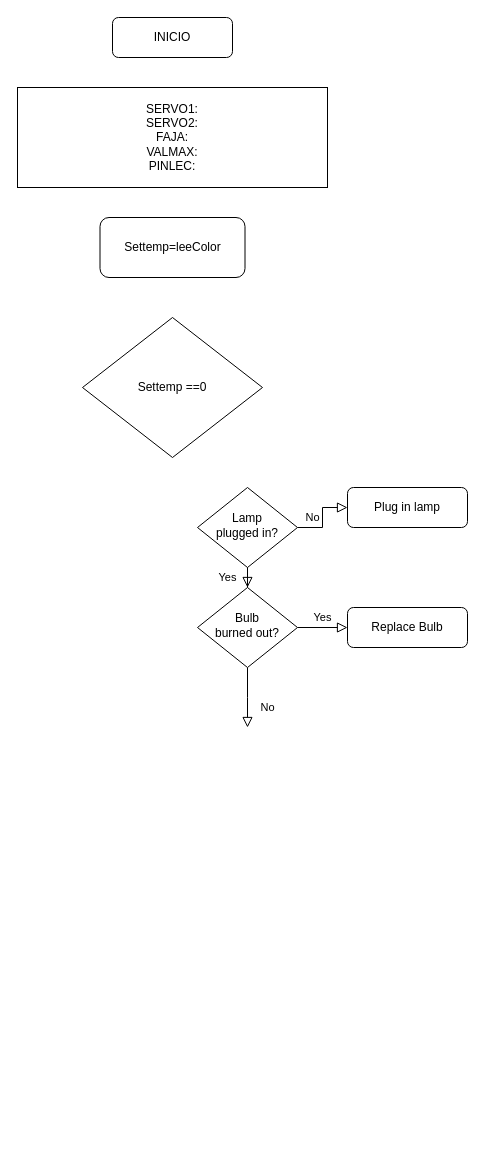
This is Diagrama_d_flujo.drawio from Haroldajnp21/Faja_embebidos_UPAO, a draw.io file, before an edit. Source tidied: cells renumbered, new cells numbered last; positions are measured from the earlier drawing's top-left corner, leaving out a move shared by most shapes. Both pictures are drawn from the tidied source at 100%, with x=0, y=0 at pixel (17, 17).
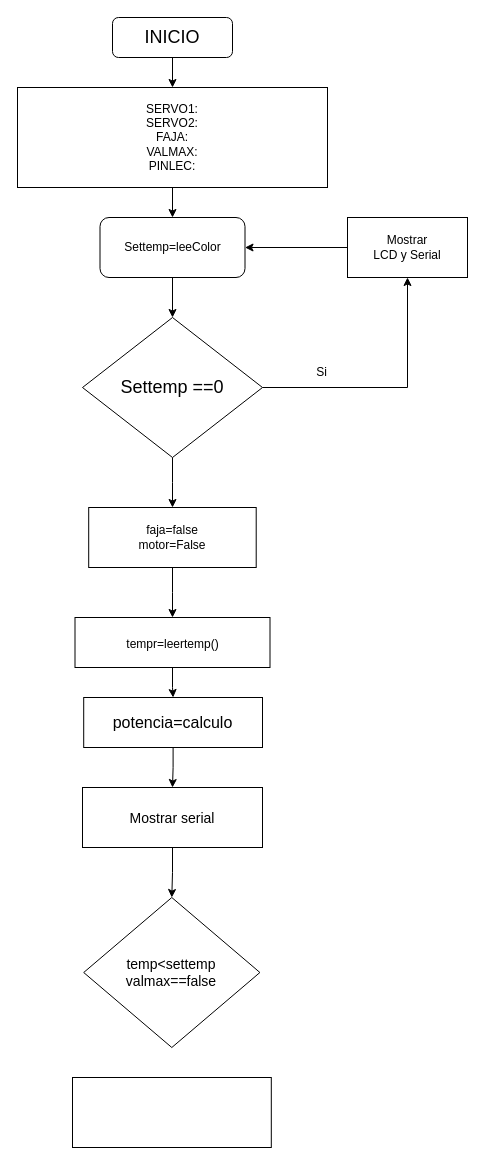
The same diagram, later.

Unchanged cells that the change refers to:
```xml
<mxCell id="11" value="&lt;div&gt;SERVO1:&lt;/div&gt;&lt;div&gt;SERVO2:&lt;br&gt;&lt;/div&gt;&lt;div&gt;FAJA:&lt;/div&gt;&lt;div&gt;VALMAX:&lt;/div&gt;&lt;div&gt;PINLEC:&lt;br&gt;&lt;/div&gt;" style="rounded=0;whiteSpace=wrap;html=1;" parent="1" vertex="1">
  <mxGeometry y="70" width="310" height="100" as="geometry" />
</mxCell>
<mxCell id="12" value="Settemp=leeColor" style="rounded=1;whiteSpace=wrap;html=1;" parent="1" vertex="1">
  <mxGeometry x="82.5" y="200" width="145" height="60" as="geometry" />
</mxCell>
```

What changed in the source:
```diff
@@
+    <mxCell id="14" style="edgeStyle=orthogonalEdgeStyle;rounded=0;jettySize=auto;html=1;" parent="1" edge="1" source="2" target="11">
+      <mxGeometry relative="1" as="geometry" />
+    </mxCell>
-    <mxCell id="2" value="INICIO " style="rounded=1;whiteSpace=wrap;html=1;fontSize=12;glass=0;strokeWidth=1;shadow=0;" parent="1" vertex="1">
+    <mxCell id="2" value="&lt;font style=&quot;font-size: 18px;&quot;&gt;INICIO &lt;/font&gt;" style="rounded=1;whiteSpace=wrap;html=1;fontSize=12;glass=0;strokeWidth=1;shadow=0;" parent="1" vertex="1">
       <mxGeometry x="95" width="120" height="40" as="geometry" />
     </mxCell>
-    <mxCell id="3" value="Yes" style="rounded=0;html=1;jettySize=auto;fontSize=11;endArrow=block;endFill=0;endSize=8;strokeWidth=1;shadow=0;labelBackgroundColor=none;edgeStyle=orthogonalEdgeStyle;" parent="1" edge="1" source="5" target="9">
-      <mxGeometry y="20" relative="1" as="geometry" />
-    </mxCell>
-    <mxCell id="4" value="No" style="edgeStyle=orthogonalEdgeStyle;rounded=0;html=1;jettySize=auto;fontSize=11;endArrow=block;endFill=0;endSize=8;strokeWidth=1;shadow=0;labelBackgroundColor=none;" parent="1" edge="1" source="5" target="6">
-      <mxGeometry y="10" relative="1" as="geometry" />
-    </mxCell>
-    <mxCell id="5" value="Lamp&lt;br&gt;plugged in?" style="rhombus;whiteSpace=wrap;html=1;shadow=0;fontFamily=Helvetica;fontSize=12;align=center;strokeWidth=1;spacing=6;spacingTop=-4;" parent="1" vertex="1">
-      <mxGeometry x="180" y="470" width="100" height="80" as="geometry" />
-    </mxCell>
-    <mxCell id="6" value="Plug in lamp" style="rounded=1;whiteSpace=wrap;html=1;fontSize=12;glass=0;strokeWidth=1;shadow=0;" parent="1" vertex="1">
-      <mxGeometry x="330" y="470" width="120" height="40" as="geometry" />
-    </mxCell>
-    <mxCell id="7" value="No" style="rounded=0;html=1;jettySize=auto;fontSize=11;endArrow=block;endFill=0;endSize=8;strokeWidth=1;shadow=0;labelBackgroundColor=none;edgeStyle=orthogonalEdgeStyle;" parent="1" edge="1" source="9">
-      <mxGeometry x="0.33" y="20" relative="1" as="geometry">
-        <mxPoint x="230" y="710" as="targetPoint" />
-      </mxGeometry>
-    </mxCell>
-    <mxCell id="8" value="Yes" style="edgeStyle=orthogonalEdgeStyle;rounded=0;html=1;jettySize=auto;fontSize=11;endArrow=block;endFill=0;endSize=8;strokeWidth=1;shadow=0;labelBackgroundColor=none;" parent="1" edge="1" source="9" target="10">
-      <mxGeometry y="10" relative="1" as="geometry" />
-    </mxCell>
-    <mxCell id="9" value="Bulb&lt;br&gt;burned out?" style="rhombus;whiteSpace=wrap;html=1;shadow=0;fontFamily=Helvetica;fontSize=12;align=center;strokeWidth=1;spacing=6;spacingTop=-4;" parent="1" vertex="1">
-      <mxGeometry x="180" y="570" width="100" height="80" as="geometry" />
-    </mxCell>
-    <mxCell id="10" value="Replace Bulb" style="rounded=1;whiteSpace=wrap;html=1;fontSize=12;glass=0;strokeWidth=1;shadow=0;" parent="1" vertex="1">
-      <mxGeometry x="330" y="590" width="120" height="40" as="geometry" />
-    </mxCell>
+    <mxCell id="15" style="edgeStyle=orthogonalEdgeStyle;rounded=0;jettySize=auto;html=1;" parent="1" edge="1" source="11" target="12">
+      <mxGeometry relative="1" as="geometry" />
+    </mxCell>
@@
+    <mxCell id="16" style="edgeStyle=orthogonalEdgeStyle;rounded=0;jettySize=auto;html=1;" parent="1" edge="1" source="12" target="13">
+      <mxGeometry relative="1" as="geometry" />
+    </mxCell>
@@
+    <mxCell id="17" style="edgeStyle=orthogonalEdgeStyle;rounded=0;jettySize=auto;html=1;" parent="1" edge="1" source="13" target="20">
+      <mxGeometry relative="1" as="geometry" />
+    </mxCell>
+    <mxCell id="18" style="edgeStyle=orthogonalEdgeStyle;rounded=0;jettySize=auto;html=1;" parent="1" edge="1" source="13" target="23">
+      <mxGeometry relative="1" as="geometry" />
+    </mxCell>
-    <mxCell id="13" value="Settemp ==0" style="rhombus;whiteSpace=wrap;html=1;" parent="1" vertex="1">
+    <mxCell id="13" value="&lt;font style=&quot;font-size: 18px;&quot;&gt;Settemp ==0&lt;/font&gt;" style="rhombus;whiteSpace=wrap;html=1;" parent="1" vertex="1">
       <mxGeometry x="65" y="300" width="180" height="140" as="geometry" />
     </mxCell>
+    <mxCell id="19" style="edgeStyle=orthogonalEdgeStyle;rounded=0;jettySize=auto;html=1;" parent="1" edge="1" source="20" target="12">
+      <mxGeometry relative="1" as="geometry" />
+    </mxCell>
+    <mxCell id="20" value="&lt;div&gt;Mostrar &lt;br&gt;&lt;/div&gt;&lt;div&gt;LCD y Serial&lt;br&gt;&lt;/div&gt;" style="rounded=0;whiteSpace=wrap;html=1;" parent="1" vertex="1">
+      <mxGeometry x="330" y="200" width="120" height="60" as="geometry" />
+    </mxCell>
+    <mxCell id="21" value="Si" style="text;html=1;align=center;verticalAlign=middle;strokeColor=none;fillColor=none;" parent="1" vertex="1">
+      <mxGeometry x="289" y="340" width="30" height="30" as="geometry" />
+    </mxCell>
+    <mxCell id="22" style="edgeStyle=orthogonalEdgeStyle;rounded=0;jettySize=auto;html=1;fontSize=12;" parent="1" edge="1" source="23" target="25">
+      <mxGeometry relative="1" as="geometry" />
+    </mxCell>
+    <mxCell id="23" value="&lt;div&gt;faja=false&lt;/div&gt;&lt;div&gt;motor=False&lt;br&gt;&lt;/div&gt;" style="rounded=0;whiteSpace=wrap;html=1;" parent="1" vertex="1">
+      <mxGeometry x="71.2" y="490" width="167.5" height="60" as="geometry" />
+    </mxCell>
+    <mxCell id="24" style="edgeStyle=orthogonalEdgeStyle;rounded=0;jettySize=auto;html=1;fontSize=12;" parent="1" edge="1" source="25" target="27">
+      <mxGeometry relative="1" as="geometry" />
+    </mxCell>
+    <mxCell id="25" value="&lt;font style=&quot;font-size: 12px;&quot;&gt;tempr=leertemp()&lt;/font&gt;" style="rounded=0;whiteSpace=wrap;html=1;fontSize=18;" parent="1" vertex="1">
+      <mxGeometry x="57.5" y="600" width="195" height="50" as="geometry" />
+    </mxCell>
+    <mxCell id="26" style="edgeStyle=orthogonalEdgeStyle;rounded=0;jettySize=auto;html=1;fontSize=12;" parent="1" edge="1" source="27" target="29">
+      <mxGeometry relative="1" as="geometry" />
+    </mxCell>
+    <mxCell id="27" value="&lt;font size=&quot;3&quot;&gt;potencia=calculo&lt;/font&gt;" style="rounded=0;whiteSpace=wrap;html=1;fontSize=18;" parent="1" vertex="1">
+      <mxGeometry x="66.2" y="680" width="178.8" height="50" as="geometry" />
+    </mxCell>
+    <mxCell id="28" style="edgeStyle=orthogonalEdgeStyle;rounded=0;jettySize=auto;html=1;fontSize=14;" parent="1" edge="1" source="29" target="30">
+      <mxGeometry relative="1" as="geometry" />
+    </mxCell>
+    <mxCell id="29" value="&lt;font style=&quot;font-size: 14px;&quot;&gt;Mostrar serial&lt;/font&gt;" style="rounded=0;whiteSpace=wrap;html=1;fontSize=18;" parent="1" vertex="1">
+      <mxGeometry x="65" y="770" width="180" height="60" as="geometry" />
+    </mxCell>
+    <mxCell id="30" value="&lt;div&gt;temp&amp;lt;settemp&lt;/div&gt;&lt;div&gt;valmax==false&lt;br&gt;&lt;/div&gt;" style="rhombus;whiteSpace=wrap;html=1;fontSize=14;" parent="1" vertex="1">
+      <mxGeometry x="66.2" y="880" width="176.2" height="150" as="geometry" />
+    </mxCell>
+    <mxCell id="31" style="rounded=0;whiteSpace=wrap;html=1;fontSize=14;" parent="1" vertex="1">
+      <mxGeometry x="55" y="1060" width="198.8" height="70" as="geometry" />
+    </mxCell>
```
